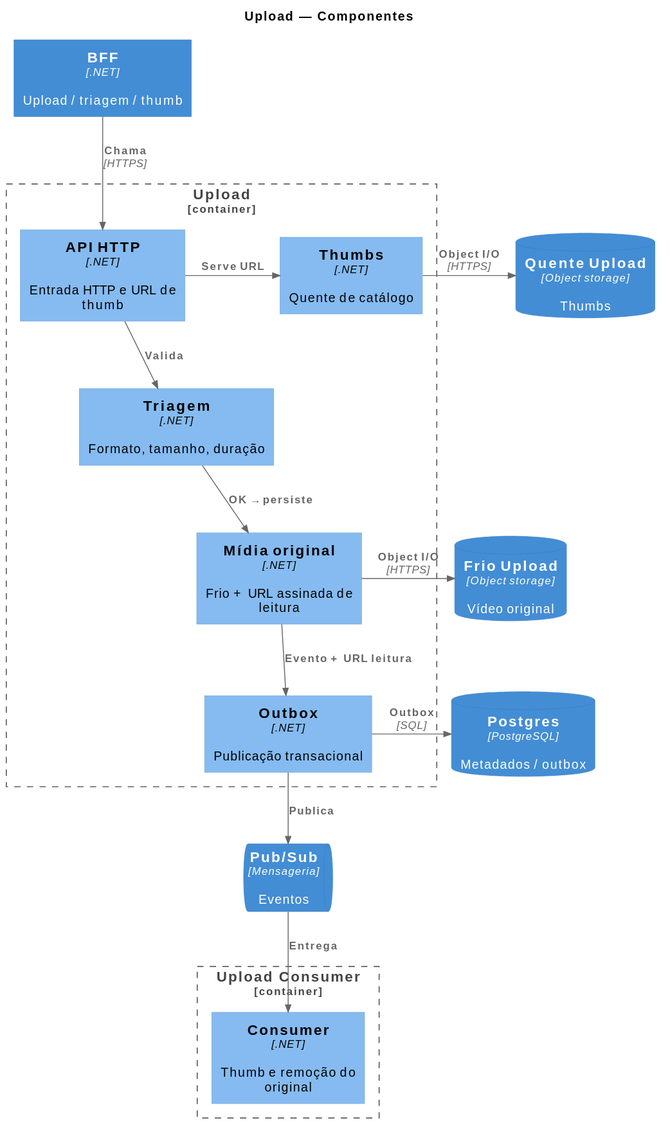
This is arquitetura/06_componentes-upload.svg from fiap-x-vcosta/docs, a PlantUML export, as it was before one commit.
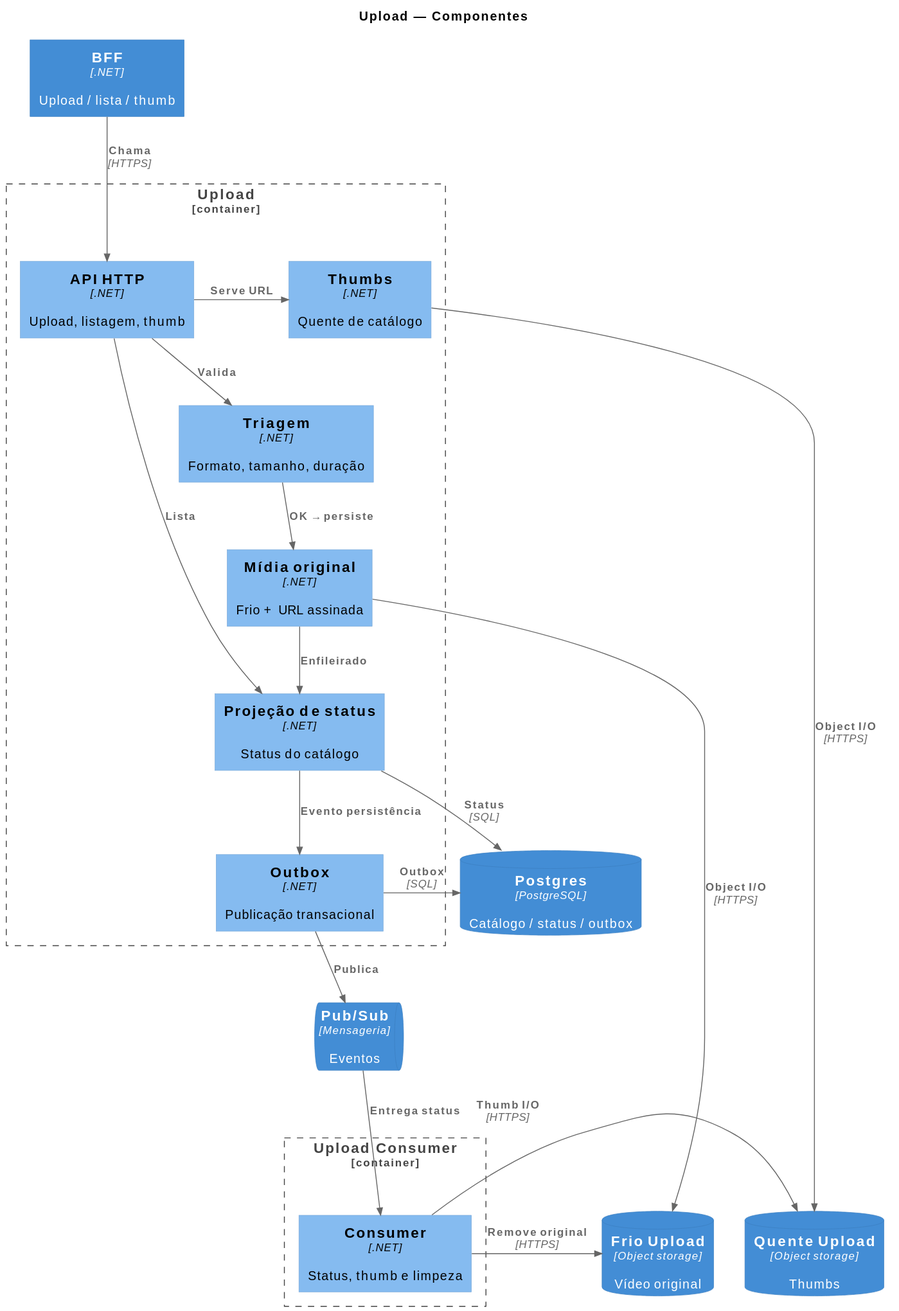
Later version of the same file.

The edit, as a diff of the source:
```diff
@@ -6,12 +6,13 @@
 
 title Upload — Componentes
 
-Container(bff, "BFF", ".NET", "Upload / triagem / thumb")
+Container(bff, "BFF", ".NET", "Upload / lista / thumb")
 
 Container_Boundary(uploadApi, "Upload") {
-  Component(api, "API HTTP", ".NET", "Entrada HTTP e URL de thumb")
+  Component(api, "API HTTP", ".NET", "Upload, listagem, thumb")
   Component(triagem, "Triagem", ".NET", "Formato, tamanho, duração")
-  Component(midia, "Mídia original", ".NET", "Frio + URL assinada de leitura")
+  Component(midia, "Mídia original", ".NET", "Frio + URL assinada")
+  Component(statusProj, "Projeção de status", ".NET", "Status do catálogo")
   Component(outbox, "Outbox", ".NET", "Publicação transacional")
   Component(thumbs, "Thumbs", ".NET", "Quente de catálogo")
 }
@@ -19,22 +20,27 @@
 ContainerQueue(pubsub, "Pub/Sub", "Mensageria", "Eventos")
 
 Container_Boundary(uploadConsumer, "Upload Consumer") {
-  Component(consumer, "Consumer", ".NET", "Thumb e remoção do original")
+  Component(consumer, "Consumer", ".NET", "Status, thumb e limpeza")
 }
 
-ContainerDb(pg, "Postgres", "PostgreSQL", "Metadados / outbox")
+ContainerDb(pg, "Postgres", "PostgreSQL", "Catálogo / status / outbox")
 ContainerDb(frio, "Frio Upload", "Object storage", "Vídeo original")
 ContainerDb(quente, "Quente Upload", "Object storage", "Thumbs")
 
 Rel_D(bff, api, "Chama", "HTTPS")
 Rel_D(api, triagem, "Valida")
 Rel_D(triagem, midia, "OK → persiste")
-Rel_D(midia, outbox, "Evento + URL leitura")
+Rel_D(midia, statusProj, "Enfileirado")
+Rel_D(statusProj, outbox, "Evento persistência")
 Rel_D(outbox, pubsub, "Publica")
-Rel_D(pubsub, consumer, "Entrega")
+Rel_D(pubsub, consumer, "Entrega status")
 
 Rel_R(api, thumbs, "Serve URL")
+Rel_R(api, statusProj, "Lista")
+Rel_R(midia, frio, "Object I/O", "HTTPS")
 Rel_R(thumbs, quente, "Object I/O", "HTTPS")
-Rel_R(midia, frio, "Object I/O", "HTTPS")
 Rel_R(outbox, pg, "Outbox", "SQL")
+Rel_R(statusProj, pg, "Status", "SQL")
+Rel_R(consumer, frio, "Remove original", "HTTPS")
+Rel_R(consumer, quente, "Thumb I/O", "HTTPS")
 @enduml
```
